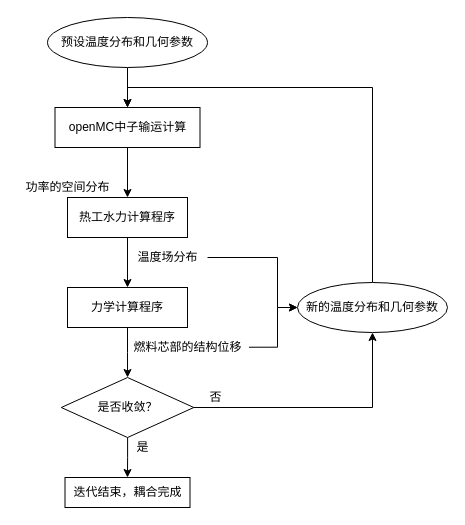
thr1github/- keeps this draw.io diagram as Untitled Diagram.drawio. Above is the earlier version. Source tidied: cells renumbered, new cells numbered last; positions are measured from the earlier drawing's top-left corner, leaving out a move shared by most shapes. Both pictures are drawn from the tidied source at 100%, with x=0, y=0 at pixel (17, 17).
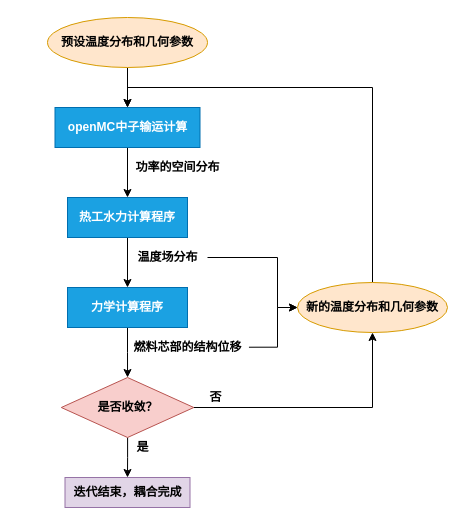
After the change.

What changed in the source:
```diff
@@
-    <mxCell id="3" value="openMC中子输运计算" style="rounded=0;whiteSpace=wrap;html=1;" parent="1" vertex="1">
+    <mxCell id="3" value="&lt;b&gt;openMC中子输运计算&lt;/b&gt;" style="rounded=0;whiteSpace=wrap;html=1;fillColor=#1ba1e2;strokeColor=#006EAF;fontColor=#ffffff;" parent="1" vertex="1">
       <mxGeometry x="37.5" y="90" width="145" height="40" as="geometry" />
     </mxCell>
@@
-    <mxCell id="5" value="&lt;span style=&quot;text-align: center ; color: rgb(0 , 0 , 0) ; text-transform: none ; line-height: 14.4px ; text-indent: 0px ; letter-spacing: normal ; font-size: 12px ; font-style: normal ; font-variant: normal ; font-weight: 400 ; text-decoration: none ; word-spacing: 0px ; display: inline ; word-wrap: normal ; float: none ; background-color: transparent&quot;&gt;预设温度分布和几何参数&lt;/span&gt;" style="ellipse;whiteSpace=wrap;html=1;" parent="1" vertex="1">
+    <mxCell id="5" value="&lt;span style=&quot;text-align: center ; color: rgb(0 , 0 , 0) ; text-transform: none ; line-height: 14.4px ; text-indent: 0px ; letter-spacing: normal ; font-size: 12px ; font-style: normal ; font-variant: normal ; text-decoration: none ; word-spacing: 0px ; display: inline ; word-wrap: normal ; float: none ; background-color: transparent&quot;&gt;&lt;b&gt;预设温度分布和几何参数&lt;/b&gt;&lt;/span&gt;" style="ellipse;whiteSpace=wrap;html=1;fillColor=#ffe6cc;strokeColor=#d79b00;" parent="1" vertex="1">
       <mxGeometry x="30" width="160" height="50" as="geometry" />
     </mxCell>
@@
-    <mxCell id="7" value="热工水力计算程序" style="whiteSpace=wrap;html=1;rounded=0;" parent="1" vertex="1">
+    <mxCell id="7" value="&lt;b&gt;热工水力计算程序&lt;/b&gt;" style="whiteSpace=wrap;html=1;rounded=0;fillColor=#1ba1e2;strokeColor=#006EAF;fontColor=#ffffff;" parent="1" vertex="1">
       <mxGeometry x="50" y="180" width="120" height="40" as="geometry" />
     </mxCell>
-    <mxCell id="8" value="功率的空间分布" style="text;html=1;align=center;verticalAlign=middle;" parent="1" vertex="1">
-      <mxGeometry y="160" width="100" height="20" as="geometry" />
+    <mxCell id="8" value="&lt;b&gt;功率的空间分布&lt;/b&gt;" style="text;html=1;align=center;verticalAlign=middle;" parent="1" vertex="1">
+      <mxGeometry x="110" y="140" width="100" height="20" as="geometry" />
     </mxCell>
@@
-    <mxCell id="10" value="力学计算程序" style="whiteSpace=wrap;html=1;rounded=0;" parent="1" vertex="1">
+    <mxCell id="10" value="&lt;b&gt;力学计算程序&lt;/b&gt;" style="whiteSpace=wrap;html=1;rounded=0;fillColor=#1ba1e2;strokeColor=#006EAF;fontColor=#ffffff;" parent="1" vertex="1">
       <mxGeometry x="50" y="270" width="120" height="40" as="geometry" />
     </mxCell>
@@
-    <mxCell id="12" value="温度场分布" style="text;html=1;align=center;verticalAlign=middle;points=[];" parent="1" vertex="1">
+    <mxCell id="12" value="&lt;b&gt;温度场分布&lt;/b&gt;" style="text;html=1;align=center;verticalAlign=middle;points=[];" parent="1" vertex="1">
       <mxGeometry x="110" y="230" width="80" height="20" as="geometry" />
     </mxCell>
@@
-    <mxCell id="14" value="燃料芯部的结构位移" style="text;html=1;align=center;verticalAlign=middle;points=[];" parent="1" vertex="1">
+    <mxCell id="14" value="&lt;b&gt;燃料芯部的结构位移&lt;/b&gt;" style="text;html=1;align=center;verticalAlign=middle;points=[];" parent="1" vertex="1">
       <mxGeometry x="110" y="320" width="120" height="20" as="geometry" />
     </mxCell>
@@
-    <mxCell id="16" value="&lt;span style=&quot;text-align: center ; color: rgb(0 , 0 , 0) ; text-transform: none ; line-height: 14.4px ; text-indent: 0px ; letter-spacing: normal ; font-size: 12px ; font-style: normal ; font-variant: normal ; font-weight: 400 ; text-decoration: none ; word-spacing: 0px ; display: inline ; word-wrap: normal ; float: none ; background-color: transparent&quot;&gt;新的温度分布和几何参数&lt;/span&gt;" style="ellipse;whiteSpace=wrap;html=1;" parent="1" vertex="1">
+    <mxCell id="16" value="&lt;span style=&quot;text-align: center ; color: rgb(0 , 0 , 0) ; text-transform: none ; line-height: 14.4px ; text-indent: 0px ; letter-spacing: normal ; font-size: 12px ; font-style: normal ; font-variant: normal ; text-decoration: none ; word-spacing: 0px ; display: inline ; word-wrap: normal ; float: none ; background-color: transparent&quot;&gt;&lt;b&gt;新的温度分布和几何参数&lt;/b&gt;&lt;/span&gt;" style="ellipse;whiteSpace=wrap;html=1;fillColor=#ffe6cc;strokeColor=#d79b00;" parent="1" vertex="1">
       <mxGeometry x="280" y="265" width="150" height="50" as="geometry" />
     </mxCell>
@@
-    <mxCell id="19" value="是否收敛？" style="rhombus;whiteSpace=wrap;html=1;" parent="1" vertex="1">
+    <mxCell id="19" value="&lt;b&gt;是否收敛？&lt;/b&gt;" style="rhombus;whiteSpace=wrap;html=1;fillColor=#f8cecc;strokeColor=#b85450;" parent="1" vertex="1">
       <mxGeometry x="43.8" y="360" width="132.5" height="60" as="geometry" />
     </mxCell>
-    <mxCell id="20" value="迭代结束，耦合完成" style="whiteSpace=wrap;html=1;" parent="1" vertex="1">
+    <mxCell id="20" value="&lt;b&gt;迭代结束，耦合完成&lt;/b&gt;" style="whiteSpace=wrap;html=1;fillColor=#e1d5e7;strokeColor=#9673a6;" parent="1" vertex="1">
       <mxGeometry x="47.5" y="460" width="125" height="30" as="geometry" />
     </mxCell>
-    <mxCell id="21" value="是" style="text;html=1;align=center;verticalAlign=middle;" parent="1" vertex="1">
+    <mxCell id="21" value="&lt;b&gt;是&lt;/b&gt;" style="text;html=1;align=center;verticalAlign=middle;" parent="1" vertex="1">
       <mxGeometry x="110" y="420" width="30" height="20" as="geometry" />
     </mxCell>
-    <mxCell id="22" value="否" style="text;html=1;align=center;verticalAlign=middle;" parent="1" vertex="1">
+    <mxCell id="22" value="&lt;b&gt;否&lt;/b&gt;" style="text;html=1;align=center;verticalAlign=middle;" parent="1" vertex="1">
       <mxGeometry x="182.5" y="370" width="30" height="20" as="geometry" />
     </mxCell>
```
